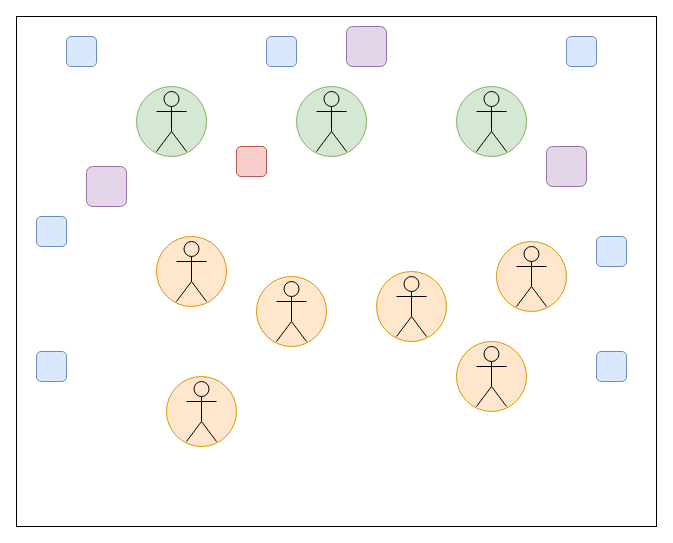
This is iomust_room.drawio from ns2max/drawio_figures, a draw.io file, before an edit. Source tidied: cells renumbered, new cells numbered last; positions are measured from the earlier drawing's top-left corner, leaving out a move shared by most shapes. Both pictures are drawn from the tidied source at 100%, with x=0, y=0 at pixel (16, 16).
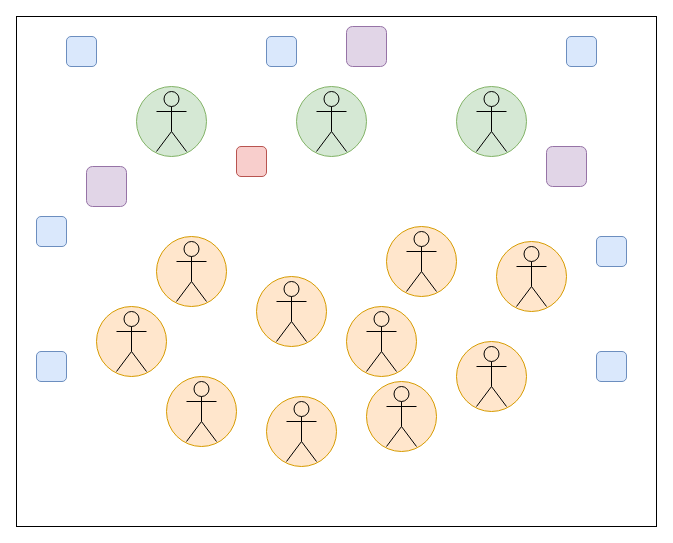
The same diagram, later.

Change to the diagram source:
```diff
@@
     <mxCell id="13" style="ellipse;whiteSpace=wrap;html=1;fillColor=#ffe6cc;strokeColor=#d79b00;" parent="1" vertex="1">
-      <mxGeometry x="360" y="255" width="70" height="70" as="geometry" />
+      <mxGeometry x="370" y="210" width="70" height="70" as="geometry" />
     </mxCell>
     <mxCell id="14" style="shape=umlActor;verticalLabelPosition=bottom;verticalAlign=top;html=1;fillColor=none;" parent="1" vertex="1">
-      <mxGeometry x="380" y="260" width="30" height="60" as="geometry" />
+      <mxGeometry x="390" y="215" width="30" height="60" as="geometry" />
     </mxCell>
@@
+    <mxCell id="32" style="ellipse;whiteSpace=wrap;html=1;fillColor=#ffe6cc;strokeColor=#d79b00;" parent="1" vertex="1">
+      <mxGeometry x="250" y="380" width="70" height="70" as="geometry" />
+    </mxCell>
+    <mxCell id="33" style="shape=umlActor;verticalLabelPosition=bottom;verticalAlign=top;html=1;fillColor=none;" parent="1" vertex="1">
+      <mxGeometry x="270" y="385" width="30" height="60" as="geometry" />
+    </mxCell>
+    <mxCell id="34" style="ellipse;whiteSpace=wrap;html=1;fillColor=#ffe6cc;strokeColor=#d79b00;" parent="1" vertex="1">
+      <mxGeometry x="350" y="365" width="70" height="70" as="geometry" />
+    </mxCell>
+    <mxCell id="35" style="shape=umlActor;verticalLabelPosition=bottom;verticalAlign=top;html=1;fillColor=none;" parent="1" vertex="1">
+      <mxGeometry x="370" y="370" width="30" height="60" as="geometry" />
+    </mxCell>
+    <mxCell id="36" style="ellipse;whiteSpace=wrap;html=1;fillColor=#ffe6cc;strokeColor=#d79b00;" parent="1" vertex="1">
+      <mxGeometry x="80" y="290" width="70" height="70" as="geometry" />
+    </mxCell>
+    <mxCell id="37" style="shape=umlActor;verticalLabelPosition=bottom;verticalAlign=top;html=1;fillColor=none;" parent="1" vertex="1">
+      <mxGeometry x="100" y="295" width="30" height="60" as="geometry" />
+    </mxCell>
+    <mxCell id="38" style="ellipse;whiteSpace=wrap;html=1;fillColor=#ffe6cc;strokeColor=#d79b00;" parent="1" vertex="1">
+      <mxGeometry x="330" y="290" width="70" height="70" as="geometry" />
+    </mxCell>
+    <mxCell id="39" style="shape=umlActor;verticalLabelPosition=bottom;verticalAlign=top;html=1;fillColor=none;" parent="1" vertex="1">
+      <mxGeometry x="350" y="295" width="30" height="60" as="geometry" />
+    </mxCell>
```
